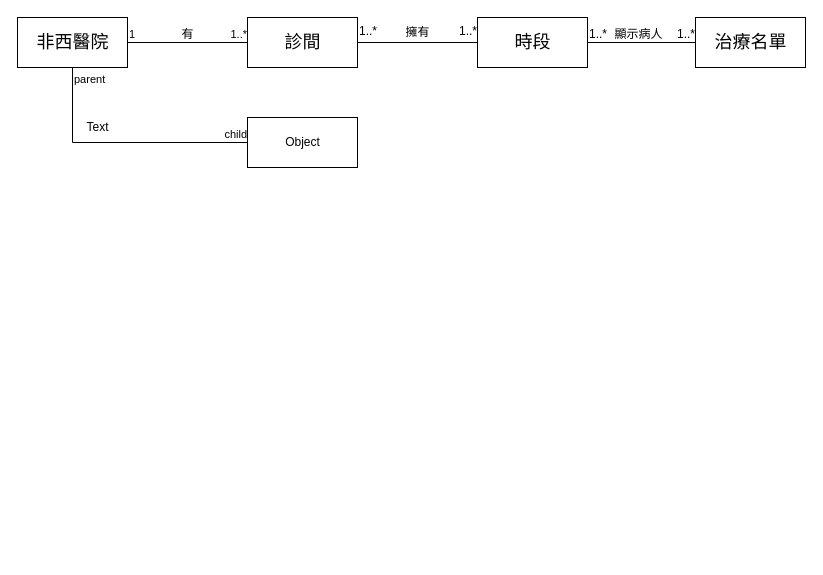
This is Clinic.drawio from 109111139/110-2HW2, a draw.io file, before an edit. Source tidied: cells renumbered, new cells numbered last; positions are measured from the earlier drawing's top-left corner, leaving out a move shared by most shapes. Both pictures are drawn from the tidied source at 100%, with x=0, y=0 at pixel (17, 17).
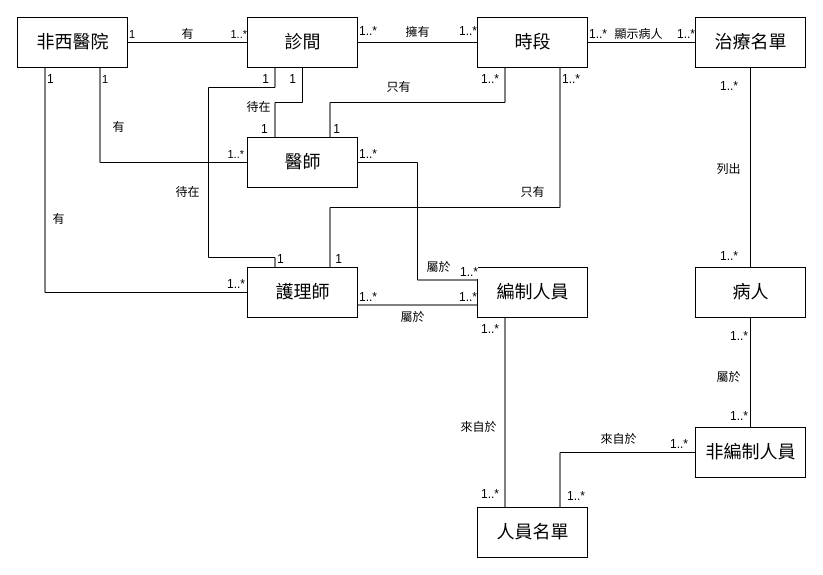
After the change.

The change refers to these unchanged cells:
```xml
<mxCell id="2" value="&lt;font style=&quot;font-size: 18px&quot;&gt;非西醫院&lt;/font&gt;" style="html=1;" parent="1" vertex="1">
  <mxGeometry width="110" height="50" as="geometry" />
</mxCell>
<mxCell id="3" value="&lt;font style=&quot;font-size: 18px&quot;&gt;診間&lt;/font&gt;" style="html=1;" parent="1" vertex="1">
  <mxGeometry x="230" width="110" height="50" as="geometry" />
</mxCell>
<mxCell id="13" value="時段" style="html=1;fontSize=18;" parent="1" vertex="1">
  <mxGeometry x="460" width="110" height="50" as="geometry" />
</mxCell>
<mxCell id="18" value="&lt;font style=&quot;font-size: 18px&quot;&gt;治療名單&lt;/font&gt;" style="html=1;fontSize=12;" parent="1" vertex="1">
  <mxGeometry x="678" width="110" height="50" as="geometry" />
</mxCell>
```

Diff of the diagram source:
```diff
@@
-    <mxCell id="7" value="Object" style="html=1;" parent="1" vertex="1">
-      <mxGeometry x="230" y="100" width="110" height="50" as="geometry" />
+    <mxCell id="7" value="&lt;font style=&quot;font-size: 18px&quot;&gt;醫師&lt;/font&gt;" style="html=1;" parent="1" vertex="1">
+      <mxGeometry x="230" y="120" width="110" height="50" as="geometry" />
     </mxCell>
-    <mxCell id="8" style="endArrow=none;html=1;edgeStyle=orthogonalEdgeStyle;rounded=0;exitX=0.5;exitY=1;exitDx=0;exitDy=0;entryX=0;entryY=0.5;entryDx=0;entryDy=0;" parent="1" edge="1" source="2" target="7">
+    <mxCell id="8" style="endArrow=none;html=1;edgeStyle=orthogonalEdgeStyle;rounded=0;exitX=0.75;exitY=1;exitDx=0;exitDy=0;entryX=0;entryY=0.5;entryDx=0;entryDy=0;" parent="1" edge="1" source="2" target="7">
       <mxGeometry relative="1" as="geometry" />
     </mxCell>
-    <mxCell id="9" value="parent" style="edgeLabel;html=1;align=left;verticalAlign=bottom;" parent="8" vertex="1">
+    <mxCell id="9" value="1" style="edgeLabel;html=1;align=left;verticalAlign=bottom;" parent="8" vertex="1">
       <mxGeometry x="-1" relative="1" as="geometry">
         <mxPoint y="20" as="offset" />
       </mxGeometry>
     </mxCell>
-    <mxCell id="10" value="child" style="edgeLabel;html=1;align=right;verticalAlign=bottom;" parent="8" vertex="1">
-      <mxGeometry x="1" relative="1" as="geometry" />
+    <mxCell id="10" value="1..*" style="edgeLabel;html=1;align=right;verticalAlign=bottom;" parent="8" vertex="1">
+      <mxGeometry x="1" relative="1" as="geometry">
+        <mxPoint x="-4" as="offset" />
+      </mxGeometry>
     </mxCell>
-    <mxCell id="11" value="Text" style="text;html=1;align=center;verticalAlign=middle;strokeColor=none;fillColor=none;" parent="1" vertex="1">
-      <mxGeometry x="60" y="100" width="40" height="20" as="geometry" />
+    <mxCell id="11" value="有" style="text;html=1;align=center;verticalAlign=middle;strokeColor=none;fillColor=none;" parent="1" vertex="1">
+      <mxGeometry x="86" y="100" width="30" height="20" as="geometry" />
     </mxCell>
@@
+    <mxCell id="23" value="&lt;font style=&quot;font-size: 18px&quot;&gt;護理師&lt;/font&gt;" style="html=1;fontSize=12;" parent="1" vertex="1">
+      <mxGeometry x="230" y="250" width="110" height="50" as="geometry" />
+    </mxCell>
+    <mxCell id="24" style="endArrow=none;html=1;edgeStyle=orthogonalEdgeStyle;rounded=0;fontSize=12;exitX=0.25;exitY=1;exitDx=0;exitDy=0;entryX=0;entryY=0.5;entryDx=0;entryDy=0;" parent="1" edge="1" source="2" target="23">
+      <mxGeometry relative="1" as="geometry" />
+    </mxCell>
+    <mxCell id="25" value="1" style="edgeLabel;html=1;align=left;verticalAlign=bottom;fontSize=12;" parent="24" vertex="1">
+      <mxGeometry x="-1" relative="1" as="geometry">
+        <mxPoint y="20" as="offset" />
+      </mxGeometry>
+    </mxCell>
+    <mxCell id="26" value="1..*" style="edgeLabel;html=1;align=right;verticalAlign=bottom;fontSize=12;" parent="24" vertex="1">
+      <mxGeometry x="1" relative="1" as="geometry">
+        <mxPoint x="-3" as="offset" />
+      </mxGeometry>
+    </mxCell>
+    <mxCell id="27" value="&lt;font style=&quot;font-size: 12px&quot;&gt;有&lt;/font&gt;" style="text;html=1;align=center;verticalAlign=middle;strokeColor=none;fillColor=none;fontSize=18;" parent="1" vertex="1">
+      <mxGeometry x="26" y="185" width="30" height="30" as="geometry" />
+    </mxCell>
+    <mxCell id="28" style="endArrow=none;html=1;edgeStyle=orthogonalEdgeStyle;rounded=0;fontSize=12;exitX=0.25;exitY=1;exitDx=0;exitDy=0;entryX=0.75;entryY=0;entryDx=0;entryDy=0;" parent="1" edge="1" source="13" target="7">
+      <mxGeometry relative="1" as="geometry" />
+    </mxCell>
+    <mxCell id="29" value="1..*" style="edgeLabel;html=1;align=left;verticalAlign=bottom;fontSize=12;" parent="28" vertex="1">
+      <mxGeometry x="-1" relative="1" as="geometry">
+        <mxPoint x="-26" y="20" as="offset" />
+      </mxGeometry>
+    </mxCell>
+    <mxCell id="30" value="1" style="edgeLabel;html=1;align=right;verticalAlign=bottom;fontSize=12;" parent="28" vertex="1">
+      <mxGeometry x="1" relative="1" as="geometry">
+        <mxPoint x="10" as="offset" />
+      </mxGeometry>
+    </mxCell>
+    <mxCell id="31" style="endArrow=none;html=1;edgeStyle=orthogonalEdgeStyle;rounded=0;fontSize=12;exitX=0.75;exitY=1;exitDx=0;exitDy=0;entryX=0.75;entryY=0;entryDx=0;entryDy=0;" parent="1" edge="1" source="13" target="23">
+      <mxGeometry relative="1" as="geometry">
+        <Array as="points">
+          <mxPoint x="543" y="190" />
+          <mxPoint x="313" y="190" />
+        </Array>
+      </mxGeometry>
+    </mxCell>
+    <mxCell id="32" value="1..*" style="edgeLabel;html=1;align=left;verticalAlign=bottom;fontSize=12;" parent="31" vertex="1">
+      <mxGeometry x="-1" relative="1" as="geometry">
+        <mxPoint y="20" as="offset" />
+      </mxGeometry>
+    </mxCell>
+    <mxCell id="33" value="1" style="edgeLabel;html=1;align=right;verticalAlign=bottom;fontSize=12;" parent="31" vertex="1">
+      <mxGeometry x="1" relative="1" as="geometry">
+        <mxPoint x="12" as="offset" />
+      </mxGeometry>
+    </mxCell>
+    <mxCell id="34" value="只有" style="text;html=1;align=center;verticalAlign=middle;strokeColor=none;fillColor=none;fontSize=12;" parent="1" vertex="1">
+      <mxGeometry x="361" y="60" width="40" height="20" as="geometry" />
+    </mxCell>
+    <mxCell id="35" value="只有" style="text;html=1;align=center;verticalAlign=middle;strokeColor=none;fillColor=none;fontSize=12;" parent="1" vertex="1">
+      <mxGeometry x="495" y="165" width="40" height="20" as="geometry" />
+    </mxCell>
+    <mxCell id="36" style="endArrow=none;html=1;edgeStyle=orthogonalEdgeStyle;rounded=0;fontSize=12;exitX=0.25;exitY=0;exitDx=0;exitDy=0;entryX=0.5;entryY=1;entryDx=0;entryDy=0;" parent="1" edge="1" source="7" target="3">
+      <mxGeometry relative="1" as="geometry" />
+    </mxCell>
+    <mxCell id="37" value="1" style="edgeLabel;html=1;align=left;verticalAlign=bottom;fontSize=12;" parent="36" vertex="1">
+      <mxGeometry x="-1" relative="1" as="geometry">
+        <mxPoint x="-16" as="offset" />
+      </mxGeometry>
+    </mxCell>
+    <mxCell id="38" value="1" style="edgeLabel;html=1;align=right;verticalAlign=bottom;fontSize=12;" parent="36" vertex="1">
+      <mxGeometry x="1" relative="1" as="geometry">
+        <mxPoint x="-6" y="20" as="offset" />
+      </mxGeometry>
+    </mxCell>
+    <mxCell id="39" style="endArrow=none;html=1;edgeStyle=orthogonalEdgeStyle;rounded=0;fontSize=12;exitX=0.25;exitY=0;exitDx=0;exitDy=0;entryX=0.25;entryY=1;entryDx=0;entryDy=0;" parent="1" edge="1" source="23" target="3">
+      <mxGeometry relative="1" as="geometry">
+        <Array as="points">
+          <mxPoint x="258" y="240" />
+          <mxPoint x="191" y="240" />
+          <mxPoint x="191" y="70" />
+          <mxPoint x="258" y="70" />
+        </Array>
+      </mxGeometry>
+    </mxCell>
+    <mxCell id="40" value="1" style="edgeLabel;html=1;align=left;verticalAlign=bottom;fontSize=12;" parent="39" vertex="1">
+      <mxGeometry x="-1" relative="1" as="geometry" />
+    </mxCell>
+    <mxCell id="41" value="1" style="edgeLabel;html=1;align=right;verticalAlign=bottom;fontSize=12;" parent="39" vertex="1">
+      <mxGeometry x="1" relative="1" as="geometry">
+        <mxPoint x="-6" y="20" as="offset" />
+      </mxGeometry>
+    </mxCell>
+    <mxCell id="42" value="待在" style="text;html=1;align=center;verticalAlign=middle;strokeColor=none;fillColor=none;fontSize=12;" parent="1" vertex="1">
+      <mxGeometry x="221" y="80" width="40" height="20" as="geometry" />
+    </mxCell>
+    <mxCell id="43" value="待在" style="text;html=1;align=center;verticalAlign=middle;strokeColor=none;fillColor=none;fontSize=12;" parent="1" vertex="1">
+      <mxGeometry x="150" y="165" width="40" height="20" as="geometry" />
+    </mxCell>
+    <mxCell id="44" value="&lt;font style=&quot;font-size: 18px&quot;&gt;病人&lt;/font&gt;" style="html=1;fontSize=12;" parent="1" vertex="1">
+      <mxGeometry x="678" y="250" width="110" height="50" as="geometry" />
+    </mxCell>
+    <mxCell id="45" style="endArrow=none;html=1;edgeStyle=orthogonalEdgeStyle;rounded=0;fontSize=18;exitX=0.5;exitY=1;exitDx=0;exitDy=0;entryX=0.5;entryY=0;entryDx=0;entryDy=0;" parent="1" edge="1" source="18" target="44">
+      <mxGeometry relative="1" as="geometry" />
+    </mxCell>
+    <mxCell id="46" value="&lt;font style=&quot;font-size: 12px&quot;&gt;1..*&lt;/font&gt;" style="edgeLabel;html=1;align=left;verticalAlign=bottom;fontSize=18;" parent="45" vertex="1">
+      <mxGeometry x="-1" relative="1" as="geometry">
+        <mxPoint x="-32" y="30" as="offset" />
+      </mxGeometry>
+    </mxCell>
+    <mxCell id="47" value="&lt;font style=&quot;font-size: 12px&quot;&gt;1..*&lt;/font&gt;" style="edgeLabel;html=1;align=right;verticalAlign=bottom;fontSize=18;" parent="45" vertex="1">
+      <mxGeometry x="1" relative="1" as="geometry">
+        <mxPoint x="-12" as="offset" />
+      </mxGeometry>
+    </mxCell>
+    <mxCell id="48" value="&lt;font style=&quot;font-size: 18px&quot;&gt;編制人員&lt;/font&gt;" style="html=1;fontSize=12;" parent="1" vertex="1">
+      <mxGeometry x="460" y="250" width="110" height="50" as="geometry" />
+    </mxCell>
+    <mxCell id="49" style="endArrow=none;html=1;edgeStyle=orthogonalEdgeStyle;rounded=0;fontSize=12;exitX=1;exitY=0.5;exitDx=0;exitDy=0;entryX=0;entryY=0.25;entryDx=0;entryDy=0;" parent="1" edge="1" source="7" target="48">
+      <mxGeometry relative="1" as="geometry" />
+    </mxCell>
+    <mxCell id="50" value="1..*" style="edgeLabel;html=1;align=left;verticalAlign=bottom;fontSize=12;" parent="49" vertex="1">
+      <mxGeometry x="-1" relative="1" as="geometry" />
+    </mxCell>
+    <mxCell id="51" value="1..*" style="edgeLabel;html=1;align=right;verticalAlign=bottom;fontSize=12;" parent="49" vertex="1">
+      <mxGeometry x="1" relative="1" as="geometry" />
+    </mxCell>
+    <mxCell id="52" style="endArrow=none;html=1;edgeStyle=orthogonalEdgeStyle;rounded=0;fontSize=12;exitX=1;exitY=0.75;exitDx=0;exitDy=0;entryX=0;entryY=0.75;entryDx=0;entryDy=0;" parent="1" edge="1" source="23" target="48">
+      <mxGeometry relative="1" as="geometry" />
+    </mxCell>
+    <mxCell id="53" value="1..*" style="edgeLabel;html=1;align=left;verticalAlign=bottom;fontSize=12;" parent="52" vertex="1">
+      <mxGeometry x="-1" relative="1" as="geometry" />
+    </mxCell>
+    <mxCell id="54" value="1..*" style="edgeLabel;html=1;align=right;verticalAlign=bottom;fontSize=12;" parent="52" vertex="1">
+      <mxGeometry x="1" relative="1" as="geometry" />
+    </mxCell>
+    <mxCell id="55" value="&lt;font style=&quot;font-size: 12px&quot;&gt;列出&lt;/font&gt;" style="text;html=1;align=center;verticalAlign=middle;strokeColor=none;fillColor=none;fontSize=18;" parent="1" vertex="1">
+      <mxGeometry x="691" y="135" width="40" height="30" as="geometry" />
+    </mxCell>
+    <mxCell id="56" value="屬於" style="text;html=1;align=center;verticalAlign=middle;strokeColor=none;fillColor=none;fontSize=12;" parent="1" vertex="1">
+      <mxGeometry x="401" y="240" width="40" height="20" as="geometry" />
+    </mxCell>
+    <mxCell id="57" value="屬於" style="text;html=1;align=center;verticalAlign=middle;strokeColor=none;fillColor=none;fontSize=12;" parent="1" vertex="1">
+      <mxGeometry x="375" y="290" width="40" height="20" as="geometry" />
+    </mxCell>
+    <mxCell id="58" value="&lt;font style=&quot;font-size: 18px&quot;&gt;非編制人員&lt;/font&gt;" style="html=1;fontSize=12;" parent="1" vertex="1">
+      <mxGeometry x="678" y="410" width="110" height="50" as="geometry" />
+    </mxCell>
+    <mxCell id="59" style="endArrow=none;html=1;edgeStyle=orthogonalEdgeStyle;rounded=0;fontSize=18;exitX=0.5;exitY=1;exitDx=0;exitDy=0;entryX=0.5;entryY=0;entryDx=0;entryDy=0;" parent="1" edge="1" source="44" target="58">
+      <mxGeometry relative="1" as="geometry" />
+    </mxCell>
+    <mxCell id="60" value="&lt;font style=&quot;font-size: 12px&quot;&gt;1..*&lt;/font&gt;" style="edgeLabel;html=1;align=left;verticalAlign=bottom;fontSize=18;" parent="59" vertex="1">
+      <mxGeometry x="-1" relative="1" as="geometry">
+        <mxPoint x="-22" y="30" as="offset" />
+      </mxGeometry>
+    </mxCell>
+    <mxCell id="61" value="&lt;font style=&quot;font-size: 12px&quot;&gt;1..*&lt;/font&gt;" style="edgeLabel;html=1;align=right;verticalAlign=bottom;fontSize=18;" parent="59" vertex="1">
+      <mxGeometry x="1" relative="1" as="geometry">
+        <mxPoint x="-2" as="offset" />
+      </mxGeometry>
+    </mxCell>
+    <mxCell id="62" value="&lt;font style=&quot;font-size: 18px&quot;&gt;人員名單&lt;/font&gt;" style="html=1;fontSize=12;" parent="1" vertex="1">
+      <mxGeometry x="460" y="490" width="110" height="50" as="geometry" />
+    </mxCell>
+    <mxCell id="63" style="endArrow=none;html=1;edgeStyle=orthogonalEdgeStyle;rounded=0;fontSize=12;exitX=0.25;exitY=1;exitDx=0;exitDy=0;entryX=0.25;entryY=0;entryDx=0;entryDy=0;" parent="1" edge="1" source="48" target="62">
+      <mxGeometry relative="1" as="geometry" />
+    </mxCell>
+    <mxCell id="64" value="1..*" style="edgeLabel;html=1;align=left;verticalAlign=bottom;fontSize=12;" parent="63" vertex="1">
+      <mxGeometry x="-1" relative="1" as="geometry">
+        <mxPoint x="-26" y="20" as="offset" />
+      </mxGeometry>
+    </mxCell>
+    <mxCell id="65" value="1..*" style="edgeLabel;html=1;align=right;verticalAlign=bottom;fontSize=12;" parent="63" vertex="1">
+      <mxGeometry x="1" relative="1" as="geometry">
+        <mxPoint x="-6" y="-5" as="offset" />
+      </mxGeometry>
+    </mxCell>
+    <mxCell id="66" style="endArrow=none;html=1;edgeStyle=orthogonalEdgeStyle;rounded=0;fontSize=12;exitX=0;exitY=0.5;exitDx=0;exitDy=0;entryX=0.75;entryY=0;entryDx=0;entryDy=0;" parent="1" edge="1" source="58" target="62">
+      <mxGeometry relative="1" as="geometry" />
+    </mxCell>
+    <mxCell id="67" value="1..*" style="edgeLabel;html=1;align=left;verticalAlign=bottom;fontSize=12;" parent="66" vertex="1">
+      <mxGeometry x="-1" relative="1" as="geometry">
+        <mxPoint x="-27" as="offset" />
+      </mxGeometry>
+    </mxCell>
+    <mxCell id="68" value="1..*" style="edgeLabel;html=1;align=right;verticalAlign=bottom;fontSize=12;" parent="66" vertex="1">
+      <mxGeometry x="1" relative="1" as="geometry">
+        <mxPoint x="25" y="-4" as="offset" />
+      </mxGeometry>
+    </mxCell>
+    <mxCell id="69" value="屬於" style="text;html=1;align=center;verticalAlign=middle;strokeColor=none;fillColor=none;fontSize=12;" parent="1" vertex="1">
+      <mxGeometry x="691" y="350" width="40" height="20" as="geometry" />
+    </mxCell>
+    <mxCell id="70" value="來自於" style="text;html=1;align=center;verticalAlign=middle;strokeColor=none;fillColor=none;fontSize=12;" parent="1" vertex="1">
+      <mxGeometry x="436" y="400" width="50" height="20" as="geometry" />
+    </mxCell>
+    <mxCell id="71" value="&lt;font style=&quot;font-size: 12px&quot;&gt;來自於&lt;/font&gt;" style="text;html=1;align=center;verticalAlign=middle;strokeColor=none;fillColor=none;fontSize=18;" parent="1" vertex="1">
+      <mxGeometry x="576" y="405" width="50" height="30" as="geometry" />
+    </mxCell>
```
